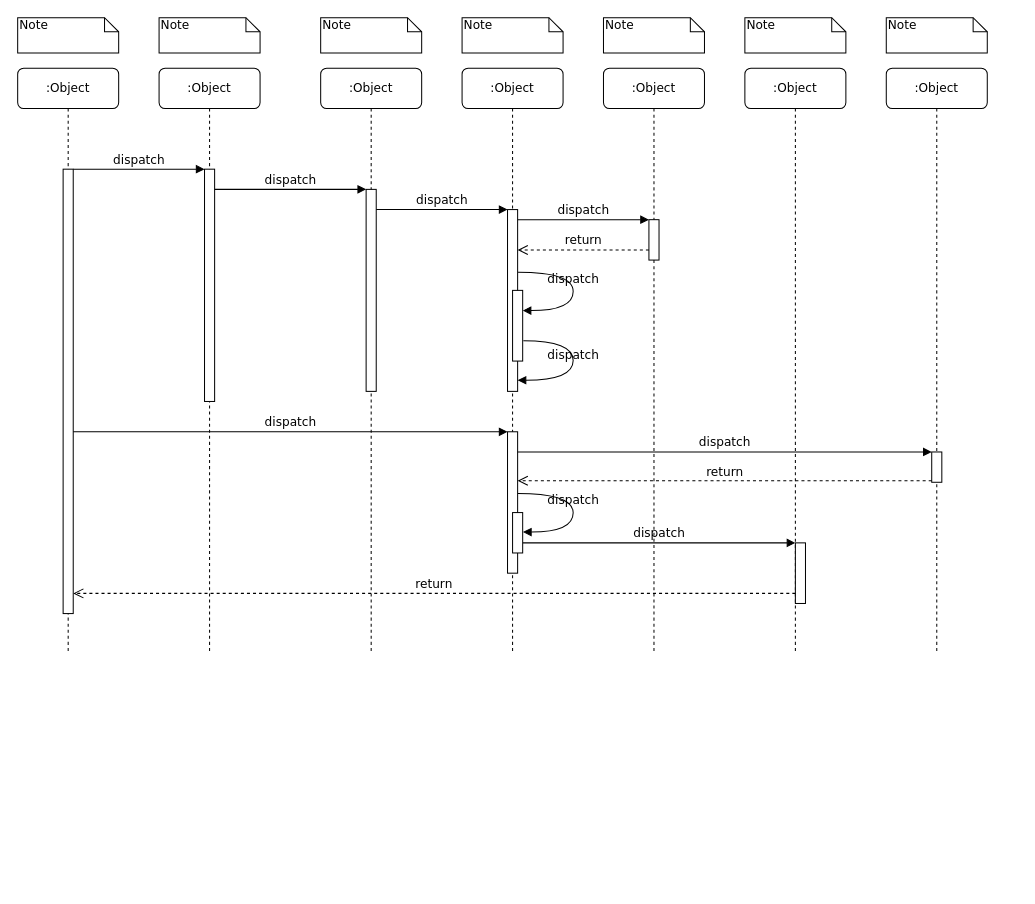
guonl/drawio_storage keeps this draw.io diagram as 一个流程图.drawio. Above is the earlier version. Source tidied: cells renumbered, new cells numbered last; positions are measured from the earlier drawing's top-left corner, leaving out a move shared by most shapes. Both pictures are drawn from the tidied source at 101%, with x=0, y=0 at pixel (17, 17).
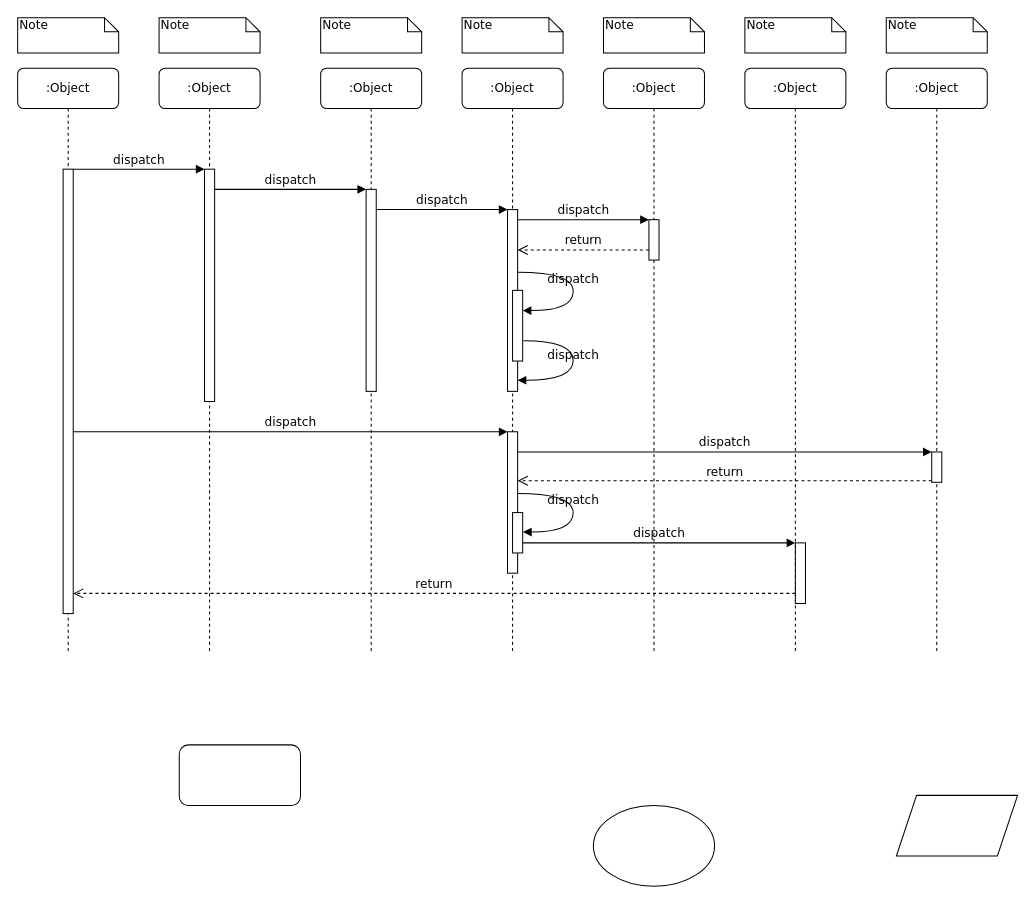
After the change.

Commit message:
更新一个流程图.drawio

The edit, as a diff of the source:
```diff
@@
+    <mxCell id="39" style="rounded=1;whiteSpace=wrap;html=1;" parent="1" vertex="1">
+      <mxGeometry x="160" y="720" width="120" height="60" as="geometry" />
+    </mxCell>
+    <mxCell id="40" style="ellipse;whiteSpace=wrap;html=1;" parent="1" vertex="1">
+      <mxGeometry x="570" y="780" width="120" height="80" as="geometry" />
+    </mxCell>
+    <mxCell id="41" style="shape=parallelogram;perimeter=parallelogramPerimeter;whiteSpace=wrap;html=1;fixedSize=1;" parent="1" vertex="1">
+      <mxGeometry x="870" y="770" width="120" height="60" as="geometry" />
+    </mxCell>
```
